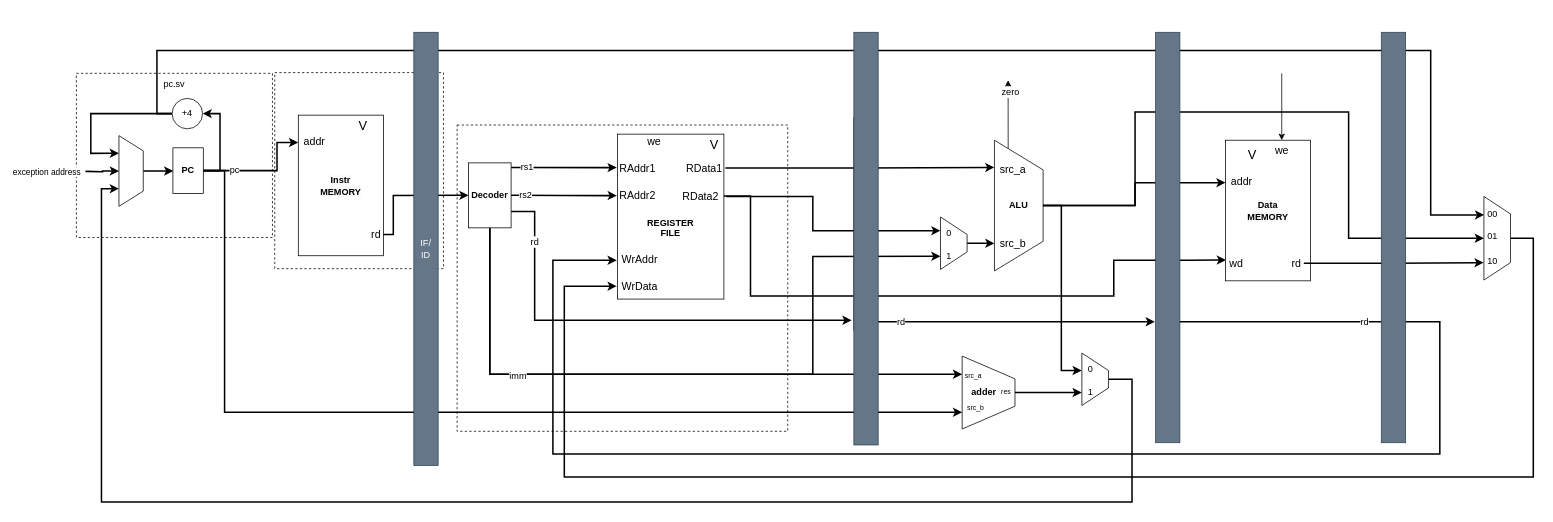
T-Szymk/FRiscV keeps this draw.io diagram as page "pipelined" (2 of 2) of doc/architecture.drawio. Above is the earlier version. Source tidied: cells renumbered, new cells numbered last; positions are measured from the earlier drawing's top-left corner, leaving out a move shared by most shapes. Both pictures are drawn from the tidied source at 76%, with x=0, y=0 at pixel (76, 32).
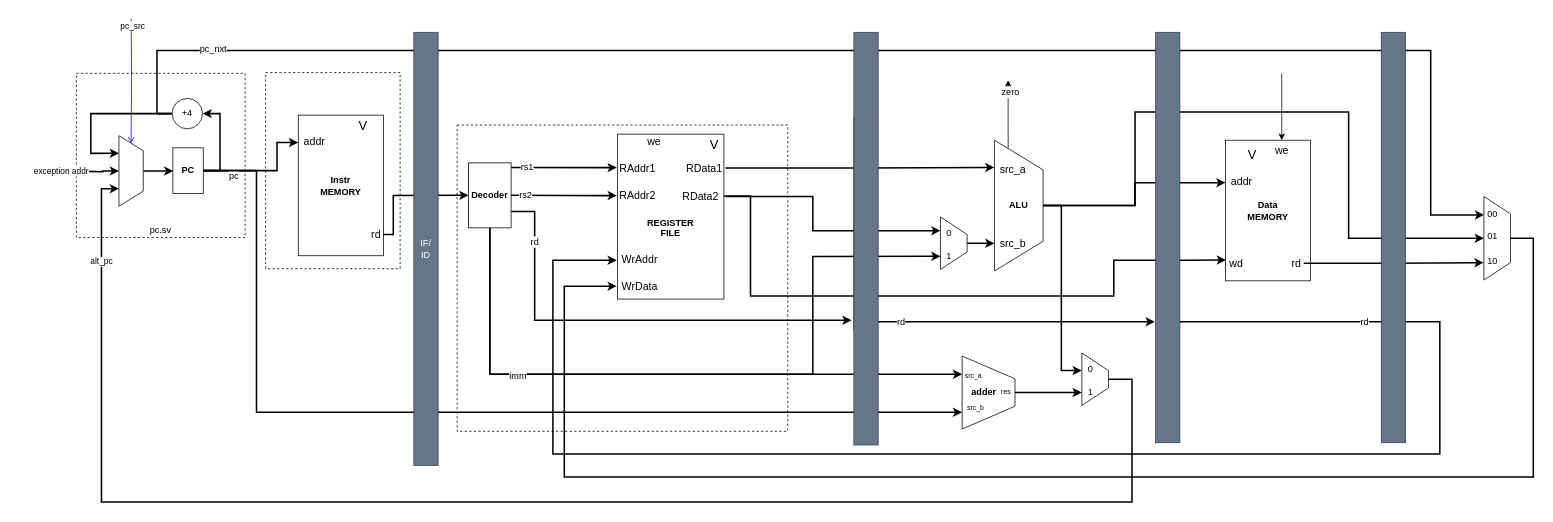
The same diagram, later.

Commit message (it also covers changes not shown here):
updated architecture, created vhdl versions of pkg, mux4 and pc for pipelined. Not updated TB or build scripts yet

Unchanged cells that the change refers to:
```xml
<mxCell id="6" style="edgeStyle=orthogonalEdgeStyle;rounded=0;jettySize=auto;html=1;exitX=1;exitY=0.5;exitDx=0;exitDy=0;entryX=-0.005;entryY=0.541;entryDx=0;entryDy=0;fontFamily=Helvetica;fontSize=12;fontColor=default;endArrow=classic;endFill=1;strokeWidth=2;entryPerimeter=0;" parent="1" edge="1" source="8" target="14">
  <mxGeometry relative="1" as="geometry">
    <Array as="points">
      <mxPoint x="264" y="182" />
      <mxPoint x="264" y="145" />
    </Array>
  </mxGeometry>
</mxCell>
<mxCell id="8" value="PC" style="rounded=0;whiteSpace=wrap;html=1;fontStyle=1;" parent="1" vertex="1">
  <mxGeometry x="127" y="152" width="40" height="60" as="geometry" />
</mxCell>
<mxCell id="10" style="edgeStyle=orthogonalEdgeStyle;rounded=0;jettySize=auto;html=1;exitX=0;exitY=0.5;exitDx=0;exitDy=0;strokeWidth=2;entryX=0.058;entryY=0.515;entryDx=0;entryDy=0;entryPerimeter=0;" parent="1" edge="1" source="11" target="72">
  <mxGeometry relative="1" as="geometry">
    <Array as="points">
      <mxPoint x="106" y="107" />
      <mxPoint x="106" y="24" />
      <mxPoint x="1782" y="24" />
      <mxPoint x="1782" y="240" />
    </Array>
  </mxGeometry>
</mxCell>
<mxCell id="64" value="src_b" style="text;html=1;align=center;verticalAlign=middle;points=[];strokeColor=none;fillColor=none;fontSize=9;" parent="1" vertex="1">
  <mxGeometry x="1166" y="486" width="33" height="15" as="geometry" />
</mxCell>
<mxCell id="65" style="edgeStyle=orthogonalEdgeStyle;rounded=0;jettySize=auto;html=1;fontFamily=Helvetica;fontSize=12;fontColor=default;endArrow=classic;endFill=1;strokeWidth=2;entryX=0.75;entryY=1;entryDx=0;entryDy=0;exitX=0.5;exitY=0;exitDx=0;exitDy=0;" parent="1" edge="1" source="86" target="80">
  <mxGeometry relative="1" as="geometry">
    <Array as="points">
      <mxPoint x="1389" y="457" />
      <mxPoint x="1389" y="618" />
      <mxPoint x="33" y="618" />
      <mxPoint x="33" y="206" />
    </Array>
  </mxGeometry>
</mxCell>
<mxCell id="78" style="edgeStyle=orthogonalEdgeStyle;rounded=0;jettySize=auto;html=1;entryX=0.5;entryY=1;entryDx=0;entryDy=0;fontSize=11;strokeWidth=2;" parent="1" edge="1" target="80">
  <mxGeometry relative="1" as="geometry">
    <mxPoint x="12" y="183" as="sourcePoint" />
  </mxGeometry>
</mxCell>
<mxCell id="80" style="shape=trapezoid;perimeter=trapezoidPerimeter;whiteSpace=wrap;html=1;fixedSize=1;rotation=90;" parent="1" vertex="1">
  <mxGeometry x="25.5" y="166.5" width="93" height="32" as="geometry" />
</mxCell>
```

Diff of the diagram source:
```diff
@@
     <mxCell id="7" value="pc" style="edgeLabel;html=1;align=center;verticalAlign=middle;fontSize=12;fontFamily=Helvetica;fontColor=default;" parent="6" vertex="1">
-      <mxGeometry x="-0.5" y="1" relative="1" as="geometry" />
+      <mxGeometry x="-0.5" y="1" relative="1" as="geometry">
+        <mxPoint x="-1" y="8" as="offset" />
+      </mxGeometry>
     </mxCell>
@@
+    <mxCell id="89" value="&lt;span style=&quot;font-size: 12px ; background-color: rgb(248 , 249 , 250)&quot;&gt;pc_nxt&lt;/span&gt;" style="edgeLabel;html=1;align=center;verticalAlign=middle;" parent="10" vertex="1">
+      <mxGeometry x="-0.83" y="2" relative="1" as="geometry" />
+    </mxCell>
@@
+    <mxCell id="90" value="alt_pc" style="edgeLabel;html=1;align=center;verticalAlign=middle;" parent="65" vertex="1">
+      <mxGeometry x="0.88" y="1" relative="1" as="geometry" />
+    </mxCell>
@@
-    <mxCell id="73" value="pc.sv" style="rounded=0;whiteSpace=wrap;html=1;labelBackgroundColor=default;fontFamily=Helvetica;fontSize=12;fontColor=default;fillColor=none;gradientColor=none;dashed=1;verticalAlign=top;" parent="1" vertex="1">
-      <mxGeometry y="54" width="258" height="216" as="geometry" />
+    <mxCell id="73" value="pc.sv" style="rounded=0;whiteSpace=wrap;html=1;labelBackgroundColor=default;fontFamily=Helvetica;fontSize=12;fontColor=default;fillColor=none;gradientColor=none;dashed=1;verticalAlign=bottom;" parent="1" vertex="1">
+      <mxGeometry y="54" width="222" height="216" as="geometry" />
     </mxCell>
     <mxCell id="74" style="rounded=0;whiteSpace=wrap;html=1;labelBackgroundColor=default;fontFamily=Helvetica;fontSize=12;fontColor=default;fillColor=none;gradientColor=none;dashed=1;" parent="1" vertex="1">
-      <mxGeometry x="261" y="53" width="222" height="258" as="geometry" />
+      <mxGeometry x="249" y="53" width="177" height="258" as="geometry" />
     </mxCell>
@@
-    <mxCell id="79" value="exception address" style="edgeLabel;html=1;align=center;verticalAlign=middle;fontSize=11;" parent="78" vertex="1">
+    <mxCell id="79" value="exception addr" style="edgeLabel;html=1;align=center;verticalAlign=middle;fontSize=11;" parent="78" vertex="1">
       <mxGeometry x="-0.82" y="-2" relative="1" as="geometry">
-        <mxPoint x="-55" y="-2" as="offset" />
+        <mxPoint x="-36" y="-3" as="offset" />
       </mxGeometry>
     </mxCell>
+    <mxCell id="91" style="edgeStyle=orthogonalEdgeStyle;rounded=0;jettySize=auto;html=1;exitX=0;exitY=0.5;exitDx=0;exitDy=0;entryX=0;entryY=0.5;entryDx=0;entryDy=0;strokeColor=#0000CC;endArrow=open;endFill=0;" parent="1" edge="1" target="80">
+      <mxGeometry relative="1" as="geometry">
+        <mxPoint x="72.1" y="-18" as="sourcePoint" />
+      </mxGeometry>
+    </mxCell>
+    <mxCell id="92" value="pc_src" style="edgeLabel;html=1;align=center;verticalAlign=middle;" parent="91" vertex="1">
+      <mxGeometry x="-0.87" y="1" relative="1" as="geometry">
+        <mxPoint y="-1" as="offset" />
+      </mxGeometry>
+    </mxCell>
@@
     <mxCell id="81" style="edgeStyle=orthogonalEdgeStyle;rounded=0;jettySize=auto;html=1;entryX=-0.017;entryY=0.927;entryDx=0;entryDy=0;fontFamily=Helvetica;fontSize=12;fontColor=default;endArrow=classic;endFill=1;strokeWidth=2;exitX=1;exitY=0.5;exitDx=0;exitDy=0;entryPerimeter=0;" parent="1" edge="1" source="8" target="64">
       <mxGeometry relative="1" as="geometry">
         <Array as="points">
-          <mxPoint x="195" y="182" />
-          <mxPoint x="195" y="500" />
+          <mxPoint x="237" y="182" />
+          <mxPoint x="237" y="500" />
         </Array>
       </mxGeometry>
     </mxCell>
```
